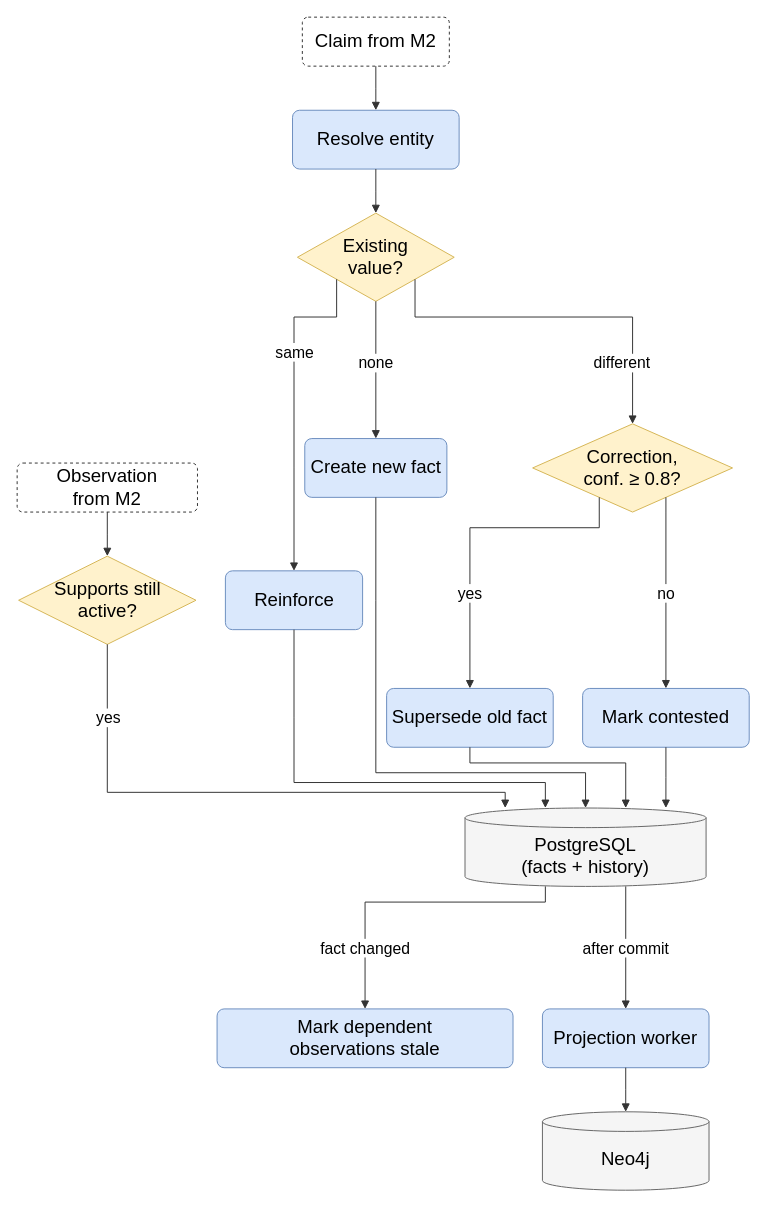
Before: report/diagrams/module-3-temporal-graph.drawio in aryaniyaps/sdp-2026, a draw.io diagram. Source tidied: cells renumbered, new cells numbered last; positions are measured from the earlier drawing's top-left corner, leaving out a move shared by most shapes. Both pictures are drawn from the tidied source at 98%, with x=0, y=0 at pixel (17, 17).
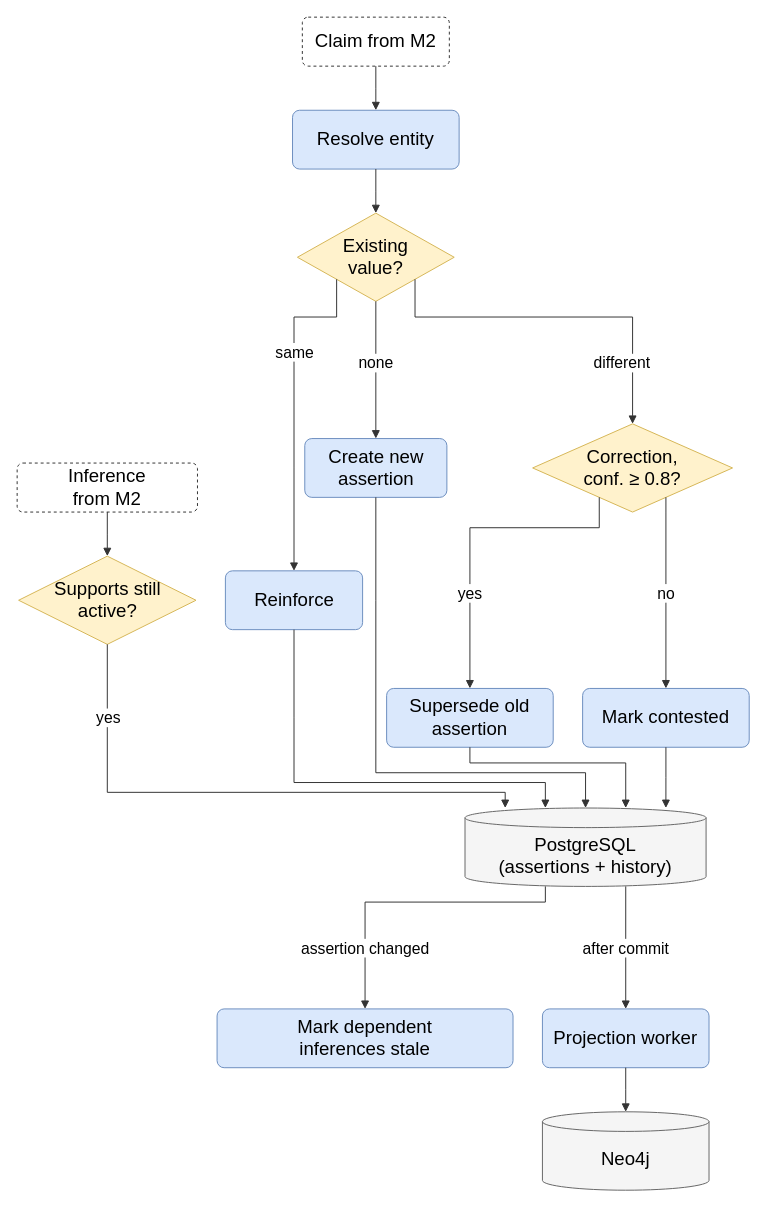
Above is the later version.

The edit, as a diff of the source:
```diff
@@
-    <mxCell id="6" value="Create new fact" style="rounded=1;arcSize=12;fillColor=#dae8fc;strokeColor=#6c8ebf;fontSize=19;fontFamily=Helvetica;whiteSpace=wrap;html=1;" parent="1" vertex="1">
+    <mxCell id="6" value="Create new&lt;br&gt;assertion" style="rounded=1;arcSize=12;fillColor=#dae8fc;strokeColor=#6c8ebf;fontSize=19;fontFamily=Helvetica;whiteSpace=wrap;html=1;" parent="1" vertex="1">
       <mxGeometry x="293.5" y="430" width="145" height="60" as="geometry" />
     </mxCell>
@@
-    <mxCell id="8" value="Supersede old fact" style="rounded=1;arcSize=12;fillColor=#dae8fc;strokeColor=#6c8ebf;fontSize=19;fontFamily=Helvetica;whiteSpace=wrap;html=1;" parent="1" vertex="1">
+    <mxCell id="8" value="Supersede old&lt;br&gt;assertion" style="rounded=1;arcSize=12;fillColor=#dae8fc;strokeColor=#6c8ebf;fontSize=19;fontFamily=Helvetica;whiteSpace=wrap;html=1;" parent="1" vertex="1">
       <mxGeometry x="377" y="685" width="170" height="60" as="geometry" />
     </mxCell>
@@
-    <mxCell id="10" value="Observation&lt;br&gt;from M2" style="rounded=1;arcSize=12;dashed=1;fillColor=#ffffff;strokeColor=#333333;fontSize=19;fontFamily=Helvetica;whiteSpace=wrap;html=1;" parent="1" vertex="1">
+    <mxCell id="10" value="Inference&lt;br&gt;from M2" style="rounded=1;arcSize=12;dashed=1;fillColor=#ffffff;strokeColor=#333333;fontSize=19;fontFamily=Helvetica;whiteSpace=wrap;html=1;" parent="1" vertex="1">
       <mxGeometry y="455" width="184" height="50" as="geometry" />
     </mxCell>
@@
-    <mxCell id="12" value="PostgreSQL&lt;br&gt;(facts + history)" style="shape=cylinder3;boundedLbl=1;backgroundOutline=1;size=10;fillColor=#f5f5f5;strokeColor=#666666;fontSize=19;fontFamily=Helvetica;whiteSpace=wrap;html=1;" parent="1" vertex="1">
+    <mxCell id="12" value="PostgreSQL&lt;br&gt;(assertions + history)" style="shape=cylinder3;boundedLbl=1;backgroundOutline=1;size=10;fillColor=#f5f5f5;strokeColor=#666666;fontSize=19;fontFamily=Helvetica;whiteSpace=wrap;html=1;" parent="1" vertex="1">
       <mxGeometry x="457" y="807" width="246" height="80" as="geometry" />
     </mxCell>
-    <mxCell id="13" value="Mark dependent&lt;br&gt;observations stale" style="rounded=1;arcSize=12;fillColor=#dae8fc;strokeColor=#6c8ebf;fontSize=19;fontFamily=Helvetica;whiteSpace=wrap;html=1;" parent="1" vertex="1">
+    <mxCell id="13" value="Mark dependent&lt;br&gt;inferences stale" style="rounded=1;arcSize=12;fillColor=#dae8fc;strokeColor=#6c8ebf;fontSize=19;fontFamily=Helvetica;whiteSpace=wrap;html=1;" parent="1" vertex="1">
       <mxGeometry x="204" y="1012" width="302" height="60" as="geometry" />
     </mxCell>
@@
-    <mxCell id="29" value="fact changed" style="rounded=0;html=1;endArrow=block;endFill=1;strokeColor=#333333;fontSize=16;labelBackgroundColor=#ffffff;exitX=0.3333;exitY=1;entryX=0.5;entryY=0;edgeStyle=orthogonalEdgeStyle;" parent="1" edge="1" source="12" target="13">
+    <mxCell id="29" value="assertion changed" style="rounded=0;html=1;endArrow=block;endFill=1;strokeColor=#333333;fontSize=16;labelBackgroundColor=#ffffff;exitX=0.3333;exitY=1;entryX=0.5;entryY=0;edgeStyle=orthogonalEdgeStyle;" parent="1" edge="1" source="12" target="13">
       <mxGeometry relative="1" as="geometry">
         <Array as="points">
           <mxPoint x="539" y="903" />
           <mxPoint x="355" y="903" />
         </Array>
         <mxPoint x="-45.5" y="46.5" as="offset" />
       </mxGeometry>
     </mxCell>
```
